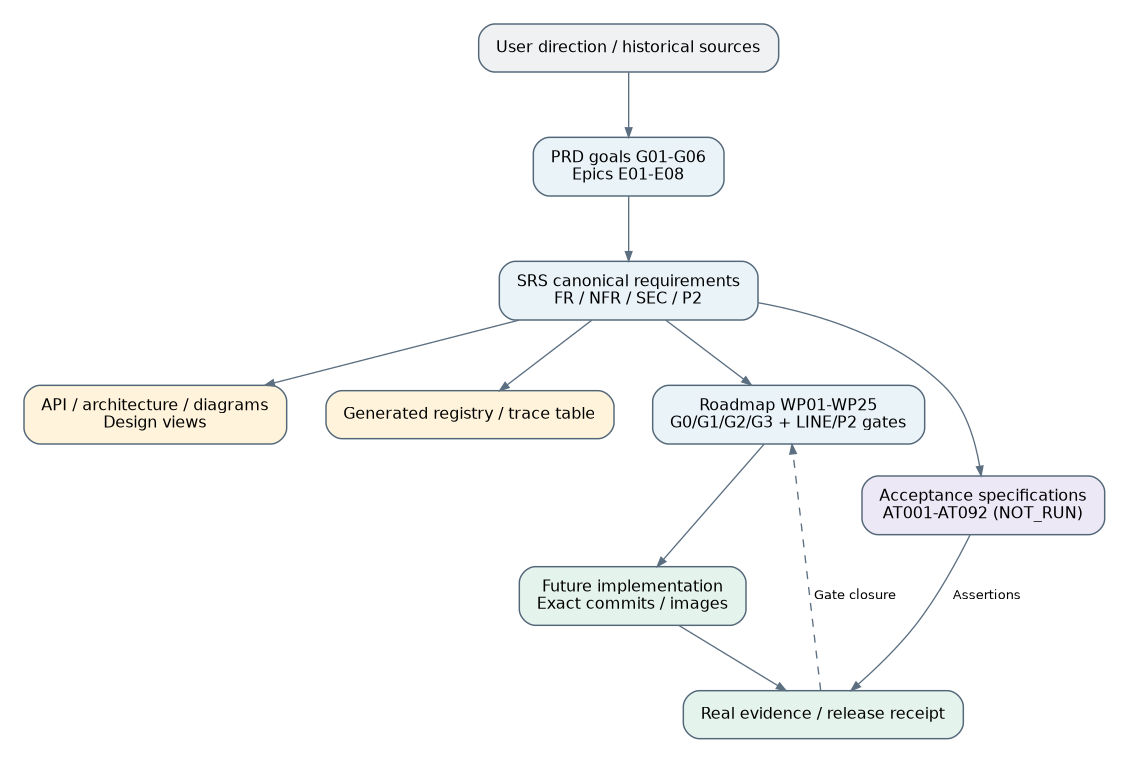
This is docs/diagrams/png/D26.png from Freshair129/Private-Runtime-Platform, a Graphviz export, as it was before one commit. Its source is kept beside it as docs/diagrams/source/D26.dot.
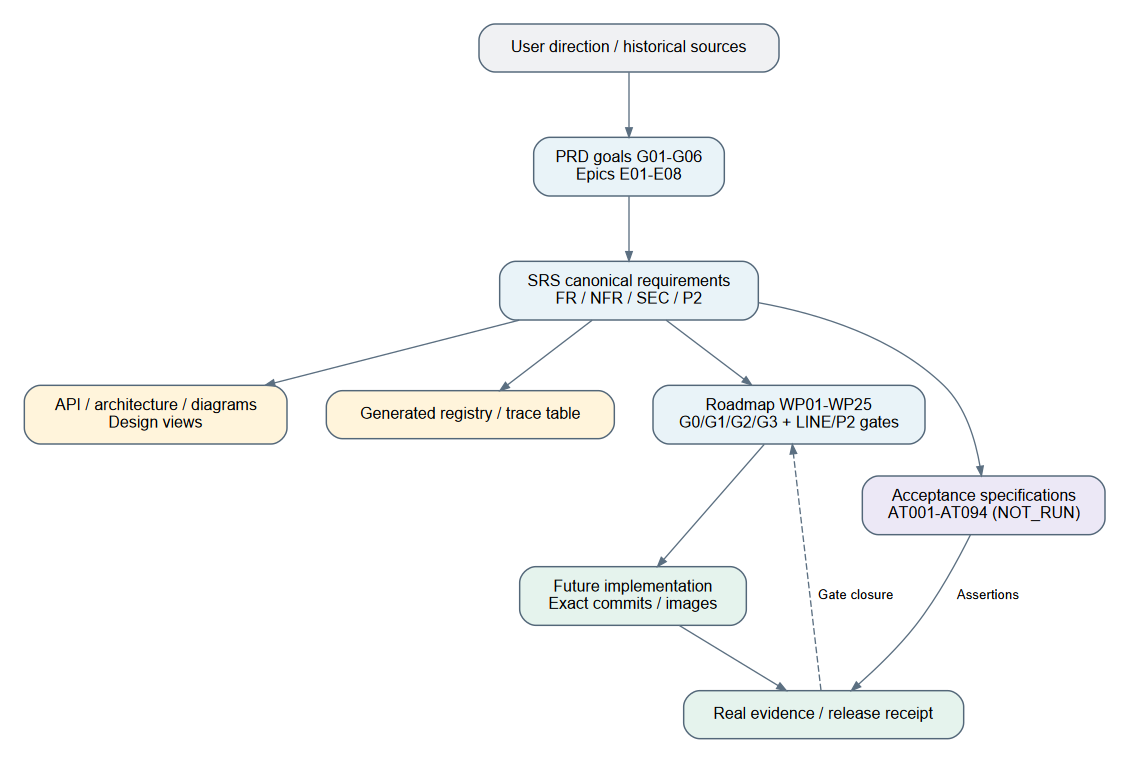
Later version of the same file.

What changed in the source:
```diff
@@ -13,7 +13,7 @@
 	road [label="Roadmap WP01-WP25
 G0/G1/G2/G3 + LINE/P2 gates" fillcolor="#E9F3F8" shape=box]
 	test [label="Acceptance specifications
-AT001-AT092 (NOT_RUN)" fillcolor="#ECE8F6" shape=box]
+AT001-AT094 (NOT_RUN)" fillcolor="#ECE8F6" shape=box]
 	code [label="Future implementation
 Exact commits / images" fillcolor="#E5F3ED" shape=box]
 	ev [label="Real evidence / release receipt" fillcolor="#E5F3ED" shape=box]
```
